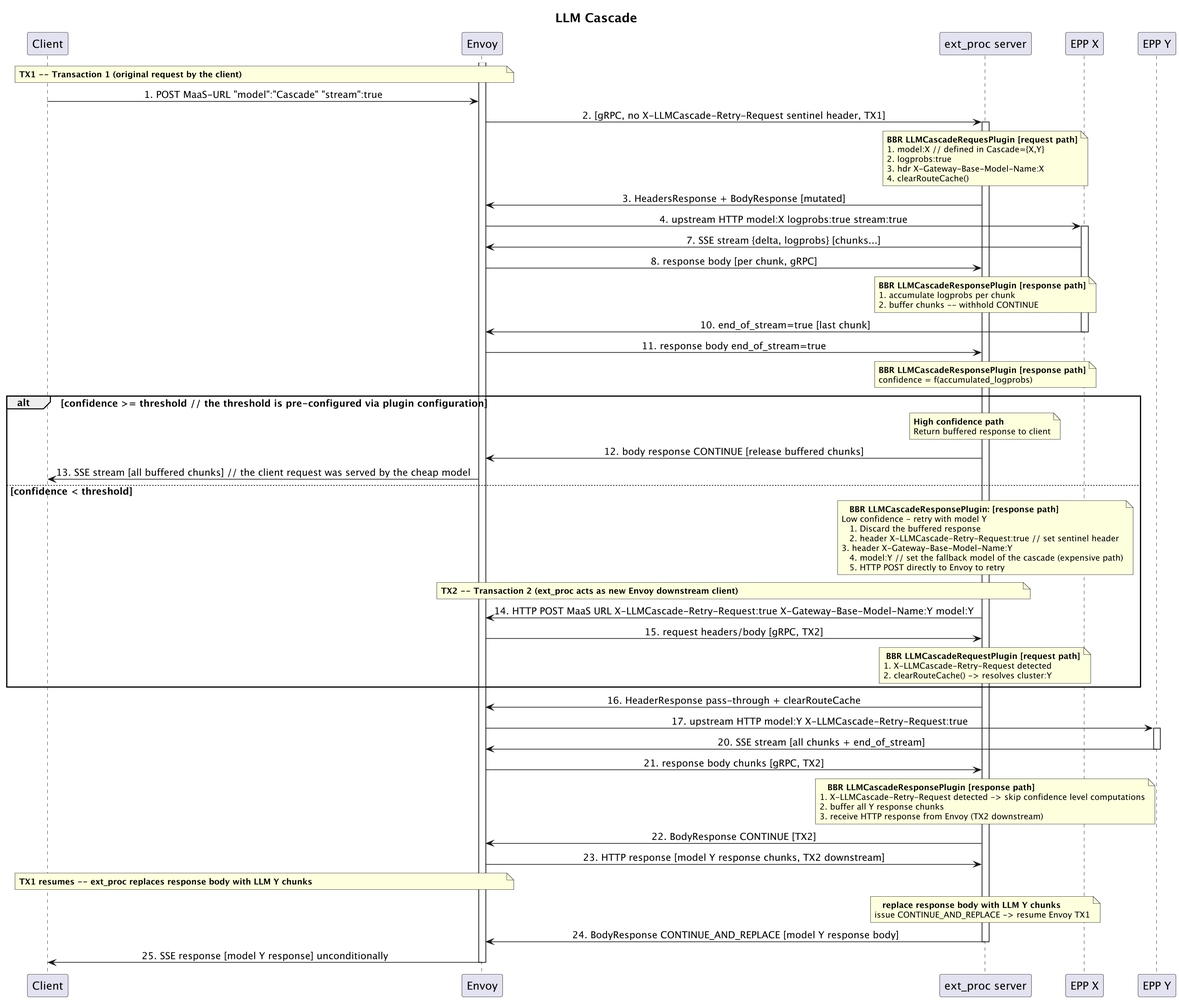
This is LLMCascade.png from davidbreitgand/diagrams, a PlantUML export, as it was before one commit.
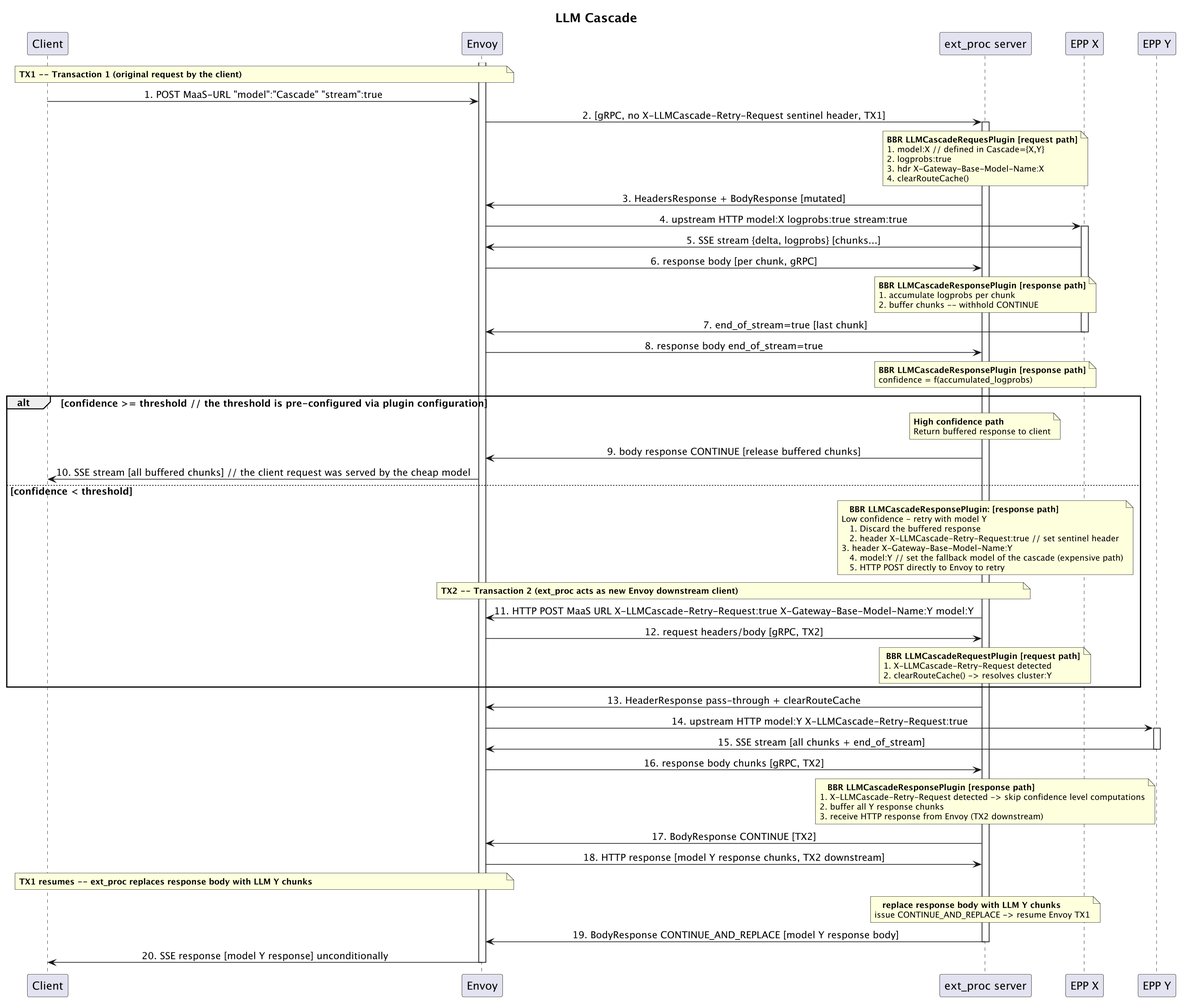
The same diagram one commit later.

Commit message:
fix sequence numeration

What changed in the source:
```diff
@@ -39,16 +39,16 @@
 ext_proc -> envoy: 3. HeadersResponse + BodyResponse [mutated]
 envoy -> epp_cx: 4. upstream HTTP model:X logprobs:true stream:true
 activate epp_cx
-epp_cx -> envoy: 7. SSE stream {delta, logprobs} [chunks...]
-envoy -> ext_proc: 8. response body [per chunk, gRPC]
+epp_cx -> envoy: 5. SSE stream {delta, logprobs} [chunks...]
+envoy -> ext_proc: 6. response body [per chunk, gRPC]
 note over ext_proc
   **BBR LLMCascadeResponsePlugin [response path]**
   1. accumulate logprobs per chunk
   2. buffer chunks -- withhold CONTINUE
 end note
-epp_cx -> envoy: 10. end_of_stream=true [last chunk]
+epp_cx -> envoy: 7. end_of_stream=true [last chunk]
 deactivate epp_cx
-envoy -> ext_proc: 11. response body end_of_stream=true
+envoy -> ext_proc: 8. response body end_of_stream=true
 note over ext_proc
   **BBR LLMCascadeResponsePlugin [response path]**
   confidence = f(accumulated_logprobs)
@@ -59,8 +59,8 @@
     **High confidence path**
     Return buffered response to client
   end note
-  ext_proc -> envoy: 12. body response CONTINUE [release buffered chunks]
-  envoy -> client: 13. SSE stream [all buffered chunks] // the client request was served by the cheap model
+  ext_proc -> envoy: 9. body response CONTINUE [release buffered chunks]
+  envoy -> client: 10. SSE stream [all buffered chunks] // the client request was served by the cheap model
 else confidence < threshold
   note over ext_proc
     **BBR LLMCascadeResponsePlugin: [response path]**
@@ -74,28 +74,28 @@
   note over envoy,ext_proc
     **TX2 -- Transaction 2 (ext_proc acts as new Envoy downstream client)**
   end note
-  ext_proc -> envoy: 14. HTTP POST MaaS URL X-LLMCascade-Retry-Request:true X-Gateway-Base-Model-Name:Y model:Y
-  envoy -> ext_proc: 15. request headers/body [gRPC, TX2]
+  ext_proc -> envoy: 11. HTTP POST MaaS URL X-LLMCascade-Retry-Request:true X-Gateway-Base-Model-Name:Y model:Y
+  envoy -> ext_proc: 12. request headers/body [gRPC, TX2]
   note over ext_proc
     **BBR LLMCascadeRequestPlugin [request path]**
    1. X-LLMCascade-Retry-Request detected
    2. clearRouteCache() -> resolves cluster:Y
   end note
 end
-  ext_proc -> envoy: 16. HeaderResponse pass-through + clearRouteCache
-  envoy -> epp_cy: 17. upstream HTTP model:Y X-LLMCascade-Retry-Request:true
+  ext_proc -> envoy: 13. HeaderResponse pass-through + clearRouteCache
+  envoy -> epp_cy: 14. upstream HTTP model:Y X-LLMCascade-Retry-Request:true
   activate epp_cy
-  epp_cy -> envoy: 20. SSE stream [all chunks + end_of_stream]
+  epp_cy -> envoy: 15. SSE stream [all chunks + end_of_stream]
   deactivate epp_cy
-  envoy -> ext_proc: 21. response body chunks [gRPC, TX2]
+  envoy -> ext_proc: 16. response body chunks [gRPC, TX2]
   note over ext_proc
     **BBR LLMCascadeResponsePlugin [response path]**
  1. X-LLMCascade-Retry-Request detected -> skip confidence level computations
  2. buffer all Y response chunks
  3. receive HTTP response from Envoy (TX2 downstream)
   end note
-  ext_proc -> envoy: 22. BodyResponse CONTINUE [TX2]
-  envoy -> ext_proc: 23. HTTP response [model Y response chunks, TX2 downstream]
+  ext_proc -> envoy: 17. BodyResponse CONTINUE [TX2]
+  envoy -> ext_proc: 18. HTTP response [model Y response chunks, TX2 downstream]
   note over client,envoy
     **TX1 resumes -- ext_proc replaces response body with LLM Y chunks**
   end note
@@ -103,8 +103,8 @@
     **replace response body with LLM Y chunks**
  issue CONTINUE_AND_REPLACE -> resume Envoy TX1
   end note
-  ext_proc -> envoy: 24. BodyResponse CONTINUE_AND_REPLACE [model Y response body]
+  ext_proc -> envoy: 19. BodyResponse CONTINUE_AND_REPLACE [model Y response body]
   deactivate ext_proc
-  envoy -> client: 25. SSE response [model Y response] unconditionally
+  envoy -> client: 20. SSE response [model Y response] unconditionally
   deactivate envoy
 @enduml
```
